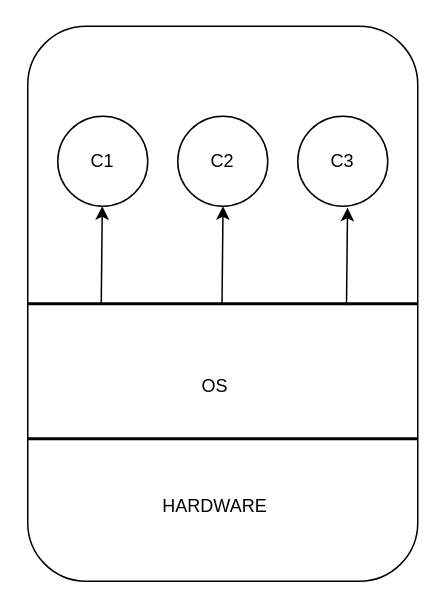
Above: kubernet@five.drawio in ashisnishanka/kubernet (draw.io), before the change. Source tidied: cells renumbered, new cells numbered last; positions are measured from the earlier drawing's top-left corner, leaving out a move shared by most shapes. Both pictures are drawn from the tidied source at 150%, with x=0, y=0 at pixel (27, 26).
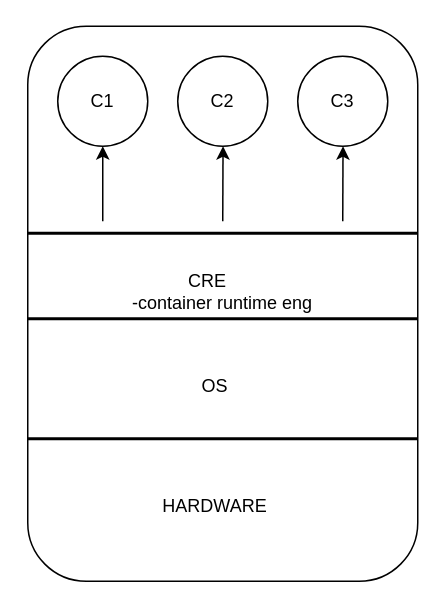
Above is the later version.

Diff of the diagram source:
```diff
@@
 <mxGraphModel>
   <root>
     <mxCell id="0" />
     <mxCell id="1" parent="0" />
-    <mxCell id="2" style="rounded=1;whiteSpace=wrap;html=1;" parent="1" vertex="1">
+    <mxCell id="2" value="-container runtime eng" style="rounded=1;whiteSpace=wrap;html=1;" parent="1" vertex="1">
       <mxGeometry width="260" height="370" as="geometry" />
     </mxCell>
     <mxCell id="3" style="line;strokeWidth=2;html=1;" parent="1" vertex="1">
       <mxGeometry y="270" width="260" height="10" as="geometry" />
     </mxCell>
     <mxCell id="4" value="HARDWARE" style="text;html=1;strokeColor=none;fillColor=none;align=center;verticalAlign=middle;whiteSpace=wrap;rounded=0;" parent="1" vertex="1">
       <mxGeometry x="105" y="310" width="40" height="20" as="geometry" />
     </mxCell>
     <mxCell id="5" style="line;strokeWidth=2;html=1;" parent="1" vertex="1">
-      <mxGeometry y="180" width="260" height="10" as="geometry" />
+      <mxGeometry y="133" width="260" height="10" as="geometry" />
     </mxCell>
     <mxCell id="6" value="OS" style="text;html=1;strokeColor=none;fillColor=none;align=center;verticalAlign=middle;whiteSpace=wrap;rounded=0;" parent="1" vertex="1">
       <mxGeometry x="105" y="230" width="40" height="20" as="geometry" />
     </mxCell>
     <mxCell id="7" value="C1" style="ellipse;whiteSpace=wrap;html=1;" parent="1" vertex="1">
-      <mxGeometry x="20" y="60" width="60" height="60" as="geometry" />
+      <mxGeometry x="20" y="20" width="60" height="60" as="geometry" />
     </mxCell>
     <mxCell id="8" value="C2" style="ellipse;whiteSpace=wrap;html=1;" parent="1" vertex="1">
-      <mxGeometry x="100" y="60" width="60" height="60" as="geometry" />
+      <mxGeometry x="100" y="20" width="60" height="60" as="geometry" />
     </mxCell>
     <mxCell id="9" value="C3" style="ellipse;whiteSpace=wrap;html=1;" parent="1" vertex="1">
-      <mxGeometry x="180" y="60" width="60" height="60" as="geometry" />
+      <mxGeometry x="180" y="20" width="60" height="60" as="geometry" />
     </mxCell>
     <mxCell id="10" style="endArrow=classic;html=1;" parent="1" edge="1" target="7">
       <mxGeometry relative="1" as="geometry">
-        <mxPoint x="49" y="185" as="sourcePoint" />
+        <mxPoint x="50" y="130" as="sourcePoint" />
       </mxGeometry>
     </mxCell>
     <mxCell id="11" style="endArrow=classic;html=1;" parent="1" edge="1">
       <mxGeometry relative="1" as="geometry">
-        <mxPoint x="129.5" y="185" as="sourcePoint" />
-        <mxPoint x="130.2" y="120" as="targetPoint" />
+        <mxPoint x="130" y="130" as="sourcePoint" />
+        <mxPoint x="130.2" y="80" as="targetPoint" />
       </mxGeometry>
     </mxCell>
-    <mxCell id="12" style="endArrow=classic;html=1;" parent="1" edge="1">
+    <mxCell id="12" style="endArrow=classic;html=1;entryX=0.503;entryY=1;entryDx=0;entryDy=0;entryPerimeter=0;" parent="1" edge="1" target="9">
       <mxGeometry relative="1" as="geometry">
-        <mxPoint x="212.5" y="186" as="sourcePoint" />
-        <mxPoint x="213.2" y="121" as="targetPoint" />
+        <mxPoint x="210" y="130" as="sourcePoint" />
       </mxGeometry>
     </mxCell>
+    <mxCell id="13" style="line;strokeWidth=2;html=1;" parent="1" vertex="1">
+      <mxGeometry y="190" width="260" height="10" as="geometry" />
+    </mxCell>
+    <mxCell id="14" value="CRE" style="text;html=1;strokeColor=none;fillColor=none;align=center;verticalAlign=middle;whiteSpace=wrap;rounded=0;" parent="1" vertex="1">
+      <mxGeometry x="100" y="160" width="40" height="20" as="geometry" />
+    </mxCell>
   </root>
 </mxGraphModel>
```
